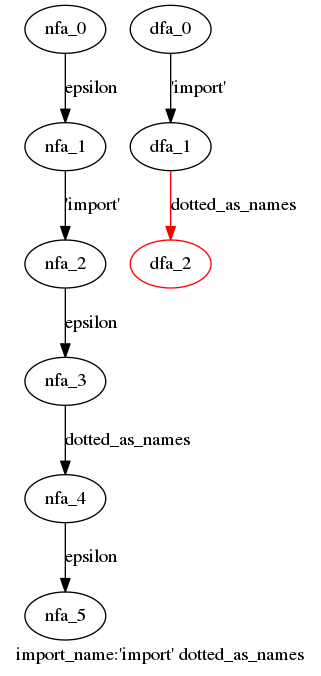
Above: cpython/grammar/handwrite/nfa_dfas/29.import_name.dot.png in WinChua/blog (Graphviz), before the change. Its source is kept beside it as cpython/grammar/handwrite/nfa_dfas/29.import_name.dot. Its diagram source:
```dot
digraph import_name {
 graph[label="import_name:'import' dotted_as_names"]
 subgraph import_name_nfa {
  nfa_0->nfa_1[label="epsilon"]
  nfa_1->nfa_2[label="'import'"]
  nfa_2->nfa_3[label="epsilon"]
  nfa_3->nfa_4[label="dotted_as_names"]
  nfa_4->nfa_5[label="epsilon"]
  }
 subgraph import_name_dfa {
  dfa_0->dfa_1[label="'import'"]
  dfa_1->dfa_2[label="dotted_as_names",color=red]
  dfa_2[color=red]
  }
}
```
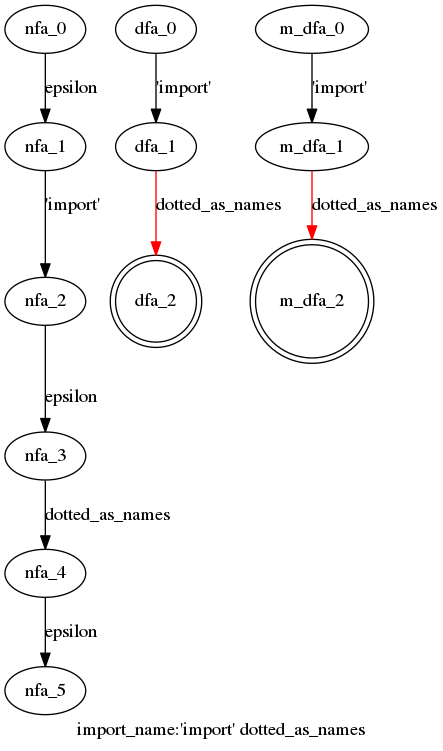
Later version of the same file.

Diff of the diagram source:
```diff
@@ -10,6 +10,11 @@
  subgraph import_name_dfa {
   dfa_0->dfa_1[label="'import'"]
   dfa_1->dfa_2[label="dotted_as_names",color=red]
-  dfa_2[color=red]
+  dfa_2[shape=doublecircle]
+  }
+ subgraph import_name_m_dfa {
+  m_dfa_0->m_dfa_1[label="'import'"]
+  m_dfa_1->m_dfa_2[label="dotted_as_names",color=red]
+  m_dfa_2[shape=doublecircle]
   }
 }
```
